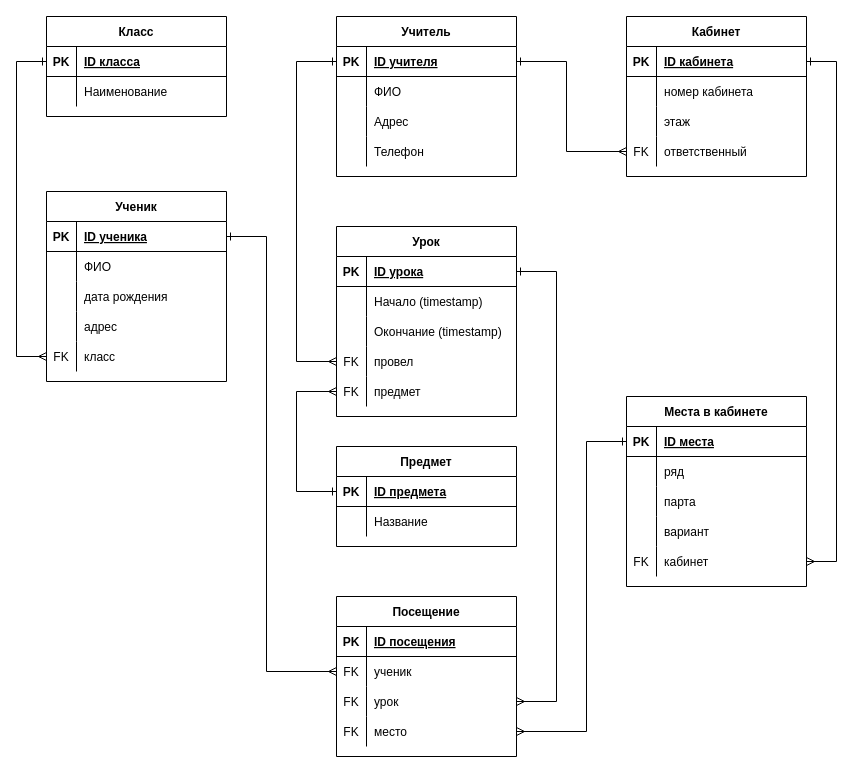
The draw.io diagram school.drawio in jokerjam-s/GB_Databases_HomeWork_003, before the edit. Source tidied: cells renumbered, new cells numbered last; positions are measured from the earlier drawing's top-left corner, leaving out a move shared by most shapes. Both pictures are drawn from the tidied source at 100%, with x=0, y=0 at pixel (16, 16).
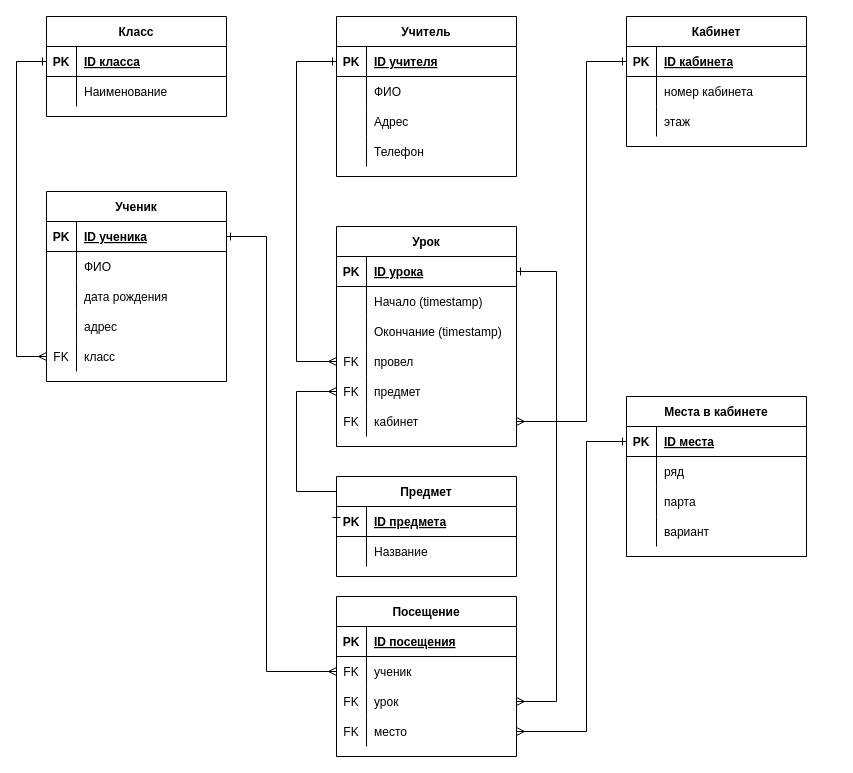
The same page after the edit.

Unchanged cells that the change refers to:
```xml
<mxCell id="10" style="shape=tableRow;horizontal=0;startSize=0;swimlaneHead=0;swimlaneBody=0;fillColor=none;points=[[0,0.5],[1,0.5]];portConstraint=eastwest;top=0;left=0;right=0;bottom=1;" parent="9" vertex="1">
  <mxGeometry y="30" width="180" height="30" as="geometry" />
</mxCell>
<mxCell id="55" style="shape=tableRow;horizontal=0;startSize=0;swimlaneHead=0;swimlaneBody=0;fillColor=none;points=[[0,0.5],[1,0.5]];portConstraint=eastwest;top=0;left=0;right=0;bottom=1;" parent="54" vertex="1">
  <mxGeometry y="30" width="180" height="30" as="geometry" />
</mxCell>
```

What changed in the source:
```diff
@@
     <mxCell id="9" value="Кабинет" style="shape=table;startSize=30;childLayout=tableLayout;rowLines=0;fontStyle=1;align=center;" parent="1" vertex="1">
-      <mxGeometry x="610" width="180" height="160" as="geometry" />
+      <mxGeometry x="610" width="180" height="130" as="geometry" />
     </mxCell>
@@
-    <mxCell id="19" style="shape=tableRow;horizontal=0;startSize=0;swimlaneHead=0;swimlaneBody=0;fillColor=none;points=[[0,0.5],[1,0.5]];portConstraint=eastwest;top=0;left=0;right=0;bottom=0;" parent="9" vertex="1">
-      <mxGeometry y="120" width="180" height="30" as="geometry" />
-    </mxCell>
-    <mxCell id="20" value="FK" style="shape=partialRectangle;fillColor=none;top=0;left=0;bottom=0;right=0;overflow=hidden;" parent="19" vertex="1">
-      <mxGeometry width="30" height="30" as="geometry" />
-    </mxCell>
-    <mxCell id="21" value="ответственный" style="shape=partialRectangle;fillColor=none;top=0;left=0;bottom=0;right=0;align=left;spacingLeft=6;overflow=hidden;" parent="19" vertex="1">
-      <mxGeometry x="30" width="150" height="30" as="geometry" />
-    </mxCell>
@@
     <mxCell id="38" value="Места в кабинете" style="shape=table;startSize=30;childLayout=tableLayout;rowLines=0;fontStyle=1;align=center;" parent="1" vertex="1">
-      <mxGeometry x="610" y="380" width="180" height="190" as="geometry" />
+      <mxGeometry x="610" y="380" width="180" height="160" as="geometry" />
     </mxCell>
@@
-    <mxCell id="51" style="shape=tableRow;horizontal=0;startSize=0;swimlaneHead=0;swimlaneBody=0;fillColor=none;points=[[0,0.5],[1,0.5]];portConstraint=eastwest;top=0;left=0;right=0;bottom=0;" parent="38" vertex="1">
-      <mxGeometry y="150" width="180" height="30" as="geometry" />
-    </mxCell>
-    <mxCell id="52" value="FK" style="shape=partialRectangle;fillColor=none;top=0;left=0;bottom=0;right=0;fontStyle=0;overflow=hidden;" parent="51" vertex="1">
-      <mxGeometry width="30" height="30" as="geometry" />
-    </mxCell>
-    <mxCell id="53" value="кабинет" style="shape=partialRectangle;fillColor=none;top=0;left=0;bottom=0;right=0;align=left;spacingLeft=6;fontStyle=0;overflow=hidden;" parent="51" vertex="1">
-      <mxGeometry x="30" width="150" height="30" as="geometry" />
-    </mxCell>
@@
     <mxCell id="67" value="Урок" style="shape=table;startSize=30;childLayout=tableLayout;rowLines=0;fontStyle=1;align=center;" parent="1" vertex="1">
-      <mxGeometry x="320" y="210" width="180" height="190" as="geometry" />
+      <mxGeometry x="320" y="210" width="180" height="220" as="geometry" />
     </mxCell>
@@
+    <mxCell id="111" style="shape=tableRow;horizontal=0;startSize=0;swimlaneHead=0;swimlaneBody=0;fillColor=none;points=[[0,0.5],[1,0.5]];portConstraint=eastwest;top=0;left=0;right=0;bottom=0;" parent="67" vertex="1">
+      <mxGeometry y="180" width="180" height="30" as="geometry" />
+    </mxCell>
+    <mxCell id="52" value="FK" style="shape=partialRectangle;fillColor=none;top=0;left=0;bottom=0;right=0;fontStyle=0;overflow=hidden;" parent="111" vertex="1">
+      <mxGeometry width="30" height="30" as="geometry" />
+    </mxCell>
+    <mxCell id="53" value="кабинет" style="shape=partialRectangle;fillColor=none;top=0;left=0;bottom=0;right=0;align=left;spacingLeft=6;fontStyle=0;overflow=hidden;" parent="111" vertex="1">
+      <mxGeometry x="30" width="150" height="30" as="geometry" />
+    </mxCell>
     <mxCell id="83" value="Предмет" style="shape=table;startSize=30;childLayout=tableLayout;rowLines=0;fontStyle=1;align=center;" parent="1" vertex="1">
-      <mxGeometry x="320" y="430" width="180" height="100" as="geometry" />
+      <mxGeometry x="320" y="460" width="180" height="100" as="geometry" />
     </mxCell>
@@
-    <mxCell id="91" style="edgeStyle=orthogonalEdgeStyle;rounded=0;jettySize=auto;html=1;startArrow=ERone;startFill=0;endArrow=ERmany;endFill=0;entryX=0;entryY=0.5;entryDx=0;entryDy=0;" parent="1" edge="1" source="55" target="19">
-      <mxGeometry relative="1" as="geometry">
-        <Array as="points">
-          <mxPoint x="550" y="45" />
-          <mxPoint x="550" y="135" />
-        </Array>
-      </mxGeometry>
-    </mxCell>
@@
-    <mxCell id="94" style="edgeStyle=orthogonalEdgeStyle;rounded=0;jettySize=auto;html=1;exitX=1;exitY=0.5;exitDx=0;exitDy=0;startArrow=ERone;startFill=0;endArrow=ERmany;endFill=0;" parent="1" edge="1" source="10" target="51">
+    <mxCell id="94" style="edgeStyle=orthogonalEdgeStyle;rounded=0;jettySize=auto;html=1;exitX=0;exitY=0.5;exitDx=0;exitDy=0;startArrow=ERone;startFill=0;endArrow=ERmany;endFill=0;entryX=1;entryY=0.5;entryDx=0;entryDy=0;" parent="1" edge="1" source="10" target="111">
       <mxGeometry relative="1" as="geometry">
         <Array as="points">
-          <mxPoint x="820" y="45" />
-          <mxPoint x="820" y="545" />
+          <mxPoint x="570" y="45" />
+          <mxPoint x="570" y="405" />
         </Array>
       </mxGeometry>
     </mxCell>
```
